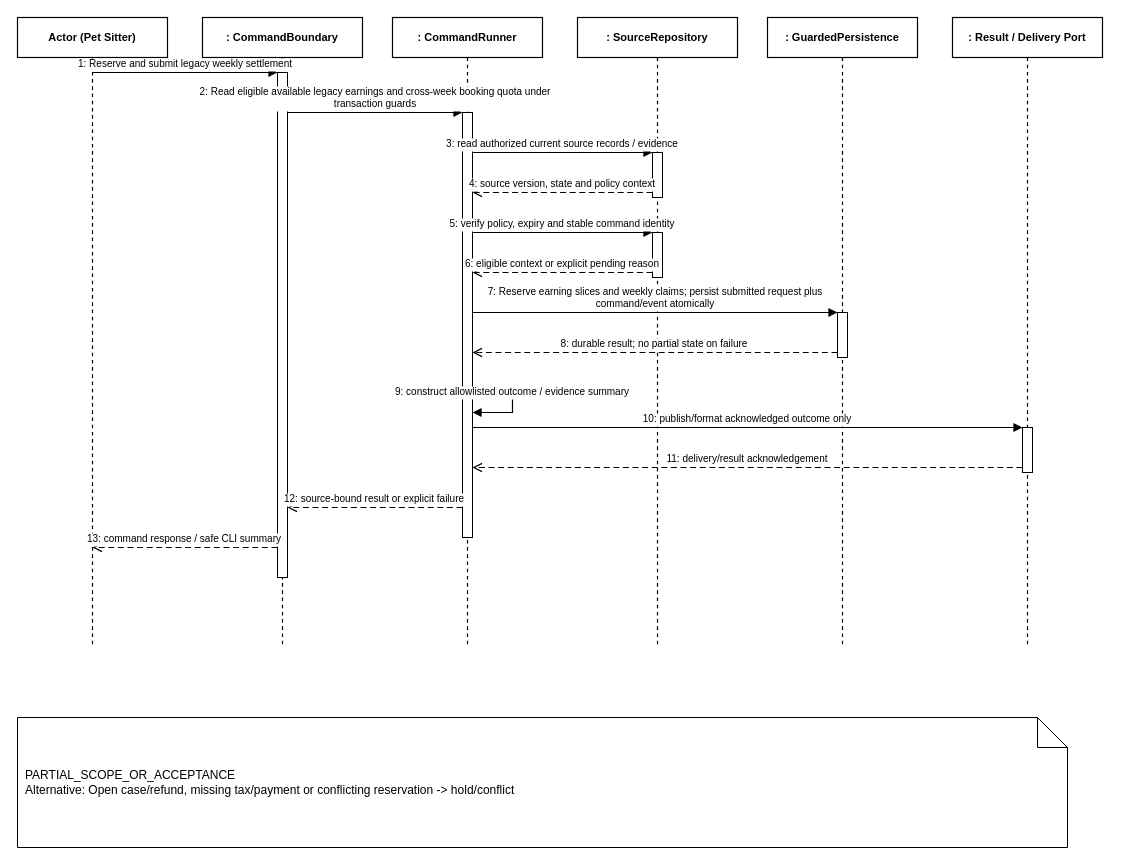
Above: doc/reports/report4/sequence/fin-01.drawio in ngocthanhhx7/SEP490_G101_FALL2026 (draw.io), before the change. Source tidied: cells renumbered, new cells numbered last; positions are measured from the earlier drawing's top-left corner, leaving out a move shared by most shapes. Both pictures are drawn from the tidied source at 100%, with x=0, y=0 at pixel (17, 17).
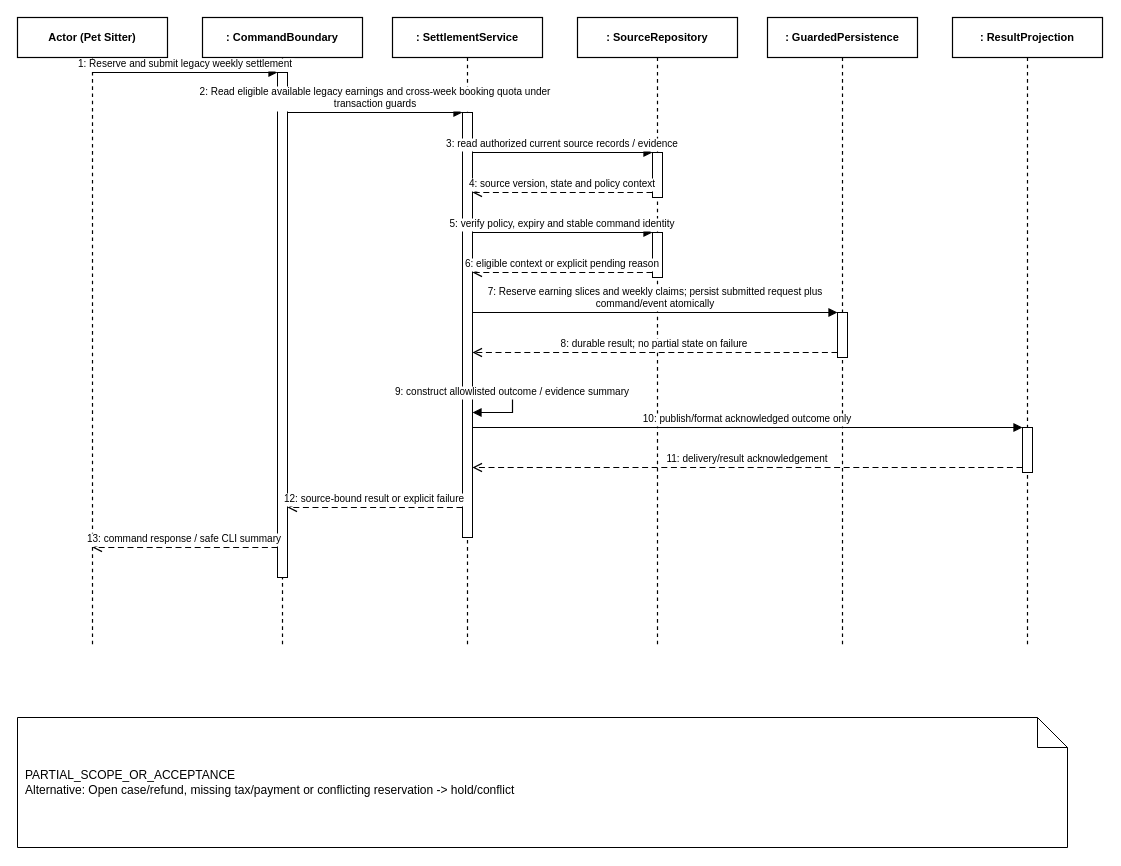
The same page after the edit.

Diff of the diagram source:
```diff
@@
-    <mxCell id="4" value=": CommandRunner" style="shape=umlLifeline;perimeter=lifelinePerimeter;whiteSpace=wrap;html=0;size=40;fillColor=#FFFFFF;strokeColor=#000000;strokeWidth=1.2;fontStyle=1;fontSize=11;align=center;" parent="1" vertex="1">
+    <mxCell id="4" value=": SettlementService" style="shape=umlLifeline;perimeter=lifelinePerimeter;whiteSpace=wrap;html=0;size=40;fillColor=#FFFFFF;strokeColor=#000000;strokeWidth=1.2;fontStyle=1;fontSize=11;align=center;" parent="1" vertex="1">
       <mxGeometry x="375" width="150" height="630" as="geometry" />
     </mxCell>
@@
-    <mxCell id="7" value=": Result / Delivery Port" style="shape=umlLifeline;perimeter=lifelinePerimeter;whiteSpace=wrap;html=0;size=40;fillColor=#FFFFFF;strokeColor=#000000;strokeWidth=1.2;fontStyle=1;fontSize=11;align=center;" parent="1" vertex="1">
+    <mxCell id="7" value=": ResultProjection" style="shape=umlLifeline;perimeter=lifelinePerimeter;whiteSpace=wrap;html=0;size=40;fillColor=#FFFFFF;strokeColor=#000000;strokeWidth=1.2;fontStyle=1;fontSize=11;align=center;" parent="1" vertex="1">
       <mxGeometry x="935" width="150" height="630" as="geometry" />
     </mxCell>
```
